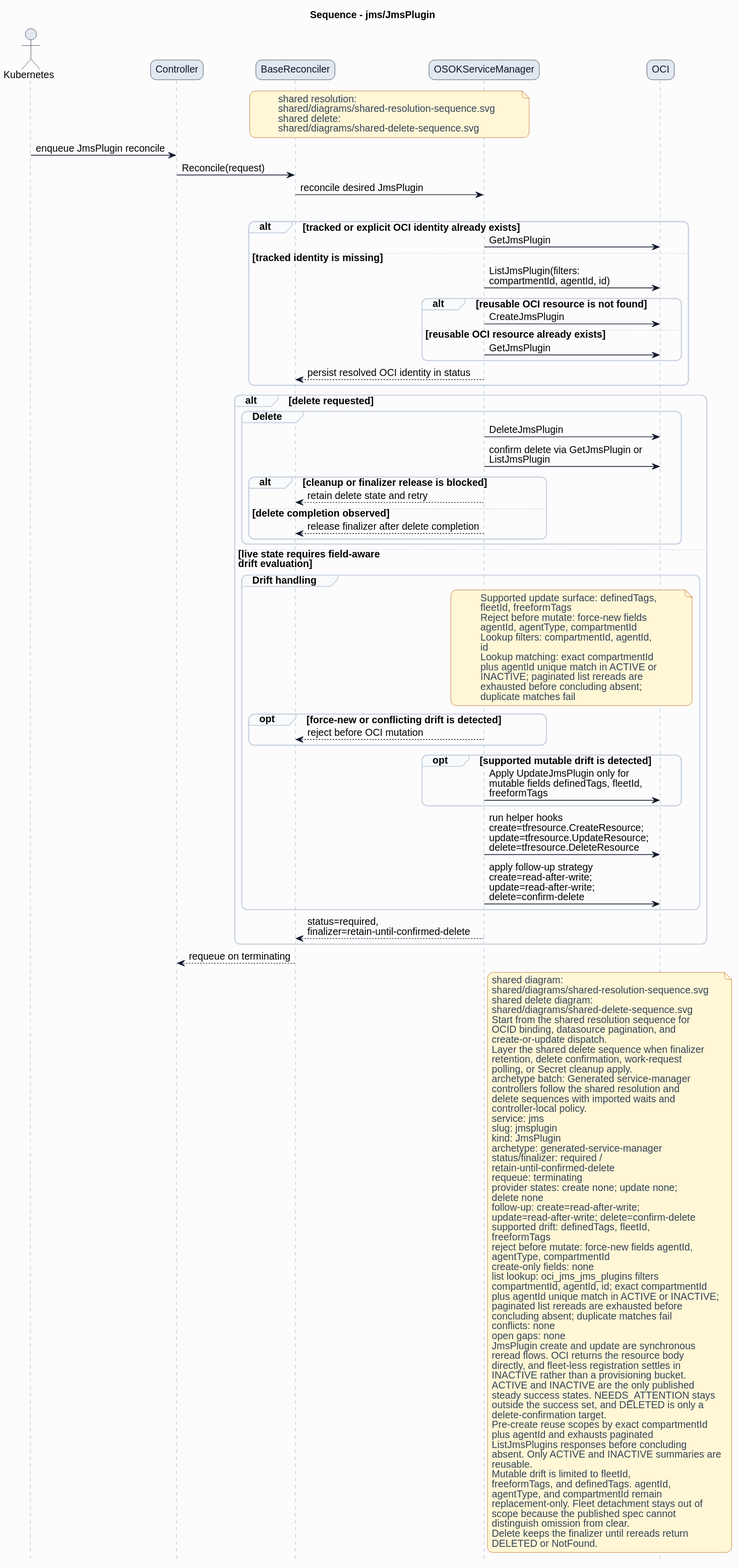
This is formal/controllers/jms/jmsplugin/diagrams/sequence.svg from HaoyL666/oci-service-operator, a PlantUML export, as it was before one commit.
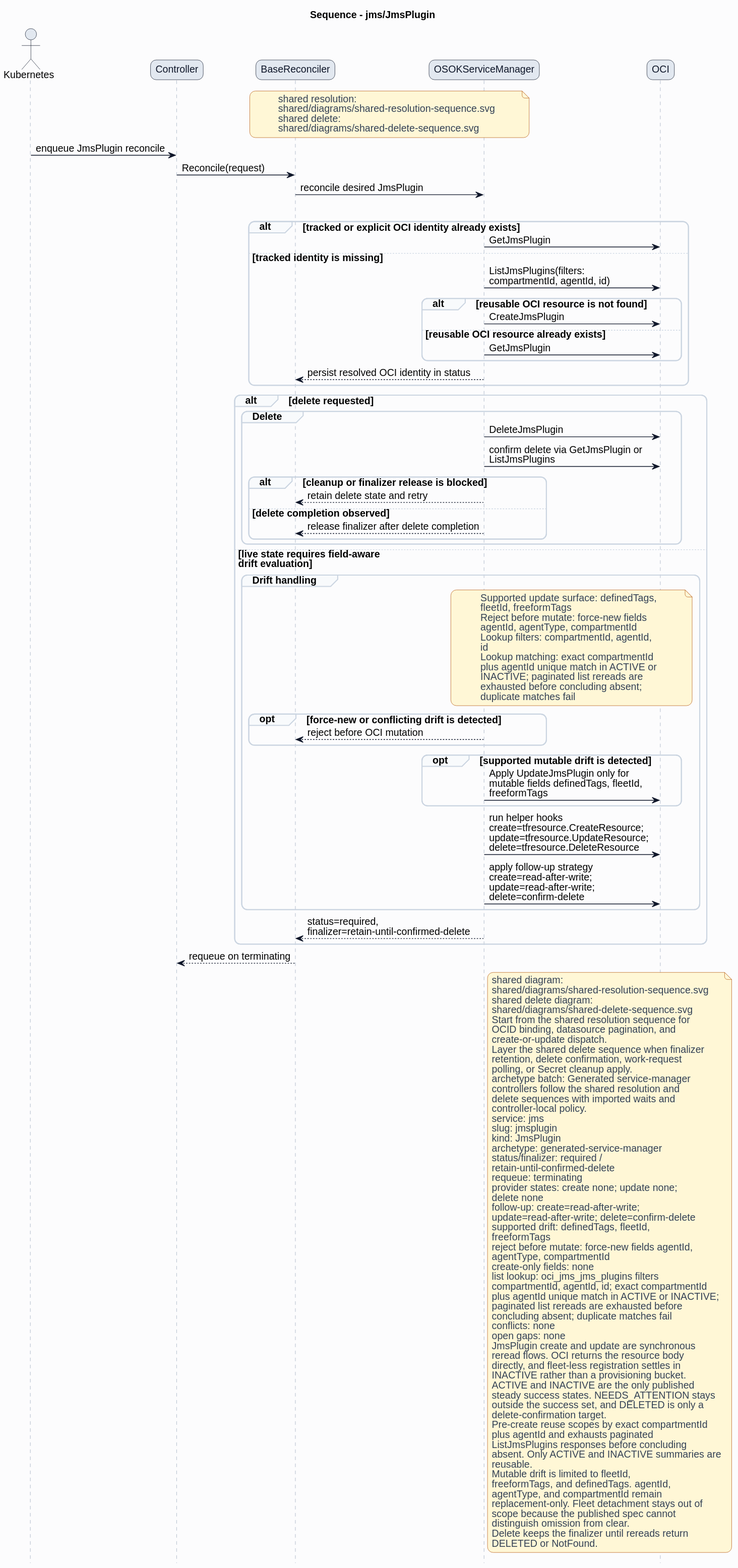
Above is the later version.

Diff of the diagram source:
```diff
@@ -38,7 +38,7 @@
 alt tracked or explicit OCI identity already exists
 ServiceManager -> OCI: GetJmsPlugin
 else tracked identity is missing
-ServiceManager -> OCI: ListJmsPlugin(filters:\ncompartmentId, agentId, id)
+ServiceManager -> OCI: ListJmsPlugins(filters:\ncompartmentId, agentId, id)
 alt reusable OCI resource is not found
 ServiceManager -> OCI: CreateJmsPlugin
 else reusable OCI resource already exists
@@ -49,7 +49,7 @@
 alt delete requested
 group Delete
 ServiceManager -> OCI: DeleteJmsPlugin
-ServiceManager -> OCI: confirm delete via GetJmsPlugin or\nListJmsPlugin
+ServiceManager -> OCI: confirm delete via GetJmsPlugin or\nListJmsPlugins
 alt cleanup or finalizer release is blocked
 ServiceManager --> BaseReconciler: retain delete state and retry
 else delete completion observed
```
